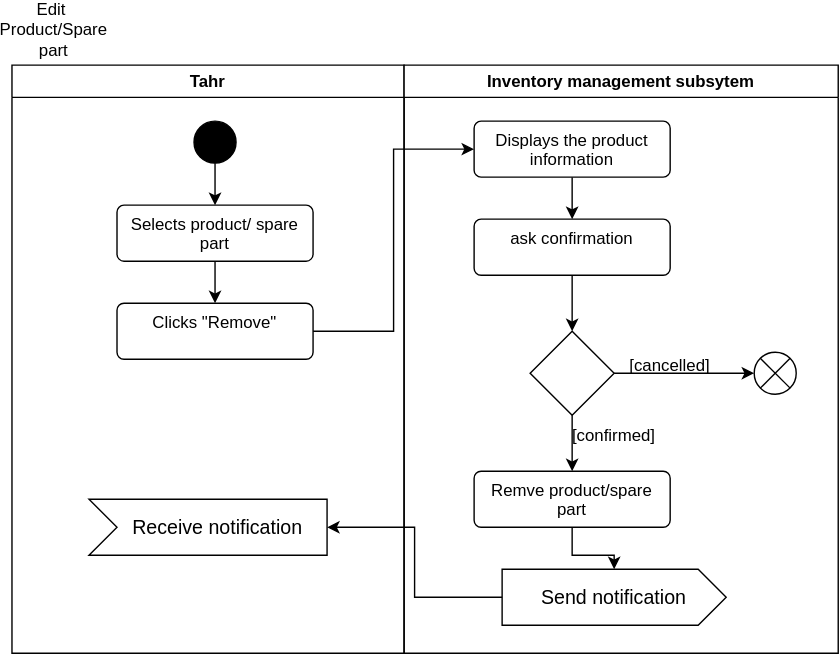
Earlier version of the draw.io export edit_prod_act.svg (Simamkele88/IFM3_GP). Source tidied: cells renumbered, new cells last; positions are measured from the earlier drawing's top-left corner, leaving out a move shared by most shapes. The source it was exported from:
```xml
<mxGraphModel>
  <root>
    <mxCell id="0" />
    <mxCell id="1" parent="0" />
    <mxCell id="2" value="Tahr" style="swimlane;whiteSpace=wrap;html=1;" parent="1" vertex="1">
      <mxGeometry y="40" width="280" height="420" as="geometry" />
    </mxCell>
    <mxCell id="3" style="edgeStyle=orthogonalEdgeStyle;rounded=0;jettySize=auto;html=1;entryX=0.5;entryY=0;entryDx=0;entryDy=0;" parent="2" edge="1" source="4" target="6">
      <mxGeometry relative="1" as="geometry" />
    </mxCell>
    <mxCell id="4" style="ellipse;fillColor=strokeColor;html=1;" parent="2" vertex="1">
      <mxGeometry x="130" y="40" width="30" height="30" as="geometry" />
    </mxCell>
    <mxCell id="5" style="edgeStyle=orthogonalEdgeStyle;rounded=0;jettySize=auto;html=1;" parent="2" edge="1" source="6" target="7">
      <mxGeometry relative="1" as="geometry" />
    </mxCell>
    <mxCell id="6" value="Selects product/ spare part" style="html=1;align=center;verticalAlign=top;rounded=1;absoluteArcSize=1;arcSize=10;dashed=0;whiteSpace=wrap;" parent="2" vertex="1">
      <mxGeometry x="75" y="100" width="140" height="40" as="geometry" />
    </mxCell>
    <mxCell id="7" value="Clicks &quot;Remove&quot;&lt;span style=&quot;color: rgba(0, 0, 0, 0); font-family: monospace; font-size: 0px; text-align: start; text-wrap-mode: nowrap;&quot;&gt;%3CmxGraphModel%3E%3Croot%3E%3CmxCell%20id%3D%220%22%2F%3E%3CmxCell%20id%3D%221%22%20parent%3D%220%22%2F%3E%3CmxCell%20id%3D%222%22%20value%3D%22Selects%20product%2F%20spare%20part%22%20style%3D%22html%3D1%3Balign%3Dcenter%3BverticalAlign%3Dtop%3Brounded%3D1%3BabsoluteArcSize%3D1%3BarcSize%3D10%3Bdashed%3D0%3BwhiteSpace%3Dwrap%3B%22%20vertex%3D%221%22%20parent%3D%221%22%3E%3CmxGeometry%20x%3D%22185%22%20y%3D%22270%22%20width%3D%22140%22%20height%3D%2240%22%20as%3D%22geometry%22%2F%3E%3C%2FmxCell%3E%3C%2Froot%3E%3C%2FmxGraphModel%3E&lt;/span&gt;" style="html=1;align=center;verticalAlign=top;rounded=1;absoluteArcSize=1;arcSize=10;dashed=0;whiteSpace=wrap;" parent="2" vertex="1">
      <mxGeometry x="75" y="170" width="140" height="40" as="geometry" />
    </mxCell>
    <mxCell id="8" value="Receive notification" style="html=1;shape=mxgraph.infographic.ribbonSimple;notch1=20;notch2=0;align=center;verticalAlign=middle;fontSize=14;fontStyle=0;fillColor=#FFFFFF;flipH=0;spacingRight=0;spacingLeft=14;whiteSpace=wrap;" parent="2" vertex="1">
      <mxGeometry x="55" y="310" width="170" height="40" as="geometry" />
    </mxCell>
    <mxCell id="9" value="Inventory management subsytem" style="swimlane;whiteSpace=wrap;html=1;" parent="1" vertex="1">
      <mxGeometry x="280" y="40" width="310" height="420" as="geometry" />
    </mxCell>
    <mxCell id="10" style="edgeStyle=orthogonalEdgeStyle;rounded=0;jettySize=auto;html=1;entryX=0.5;entryY=0;entryDx=0;entryDy=0;" parent="9" edge="1" source="11" target="13">
      <mxGeometry relative="1" as="geometry" />
    </mxCell>
    <mxCell id="11" value="Displays the product information" style="html=1;align=center;verticalAlign=top;rounded=1;absoluteArcSize=1;arcSize=10;dashed=0;whiteSpace=wrap;" parent="9" vertex="1">
      <mxGeometry x="50" y="40" width="140" height="40" as="geometry" />
    </mxCell>
    <mxCell id="12" style="edgeStyle=orthogonalEdgeStyle;rounded=0;jettySize=auto;html=1;" parent="9" edge="1" source="13" target="16">
      <mxGeometry relative="1" as="geometry" />
    </mxCell>
    <mxCell id="13" value="ask confirmation" style="html=1;align=center;verticalAlign=top;rounded=1;absoluteArcSize=1;arcSize=10;dashed=0;whiteSpace=wrap;" parent="9" vertex="1">
      <mxGeometry x="50" y="110" width="140" height="40" as="geometry" />
    </mxCell>
    <mxCell id="14" style="edgeStyle=orthogonalEdgeStyle;rounded=0;jettySize=auto;html=1;" parent="9" edge="1" source="16" target="17">
      <mxGeometry relative="1" as="geometry" />
    </mxCell>
    <mxCell id="15" style="edgeStyle=orthogonalEdgeStyle;rounded=0;jettySize=auto;html=1;" parent="9" edge="1" source="16" target="20">
      <mxGeometry relative="1" as="geometry" />
    </mxCell>
    <mxCell id="16" style="rhombus;whiteSpace=wrap;html=1;" parent="9" vertex="1">
      <mxGeometry x="90" y="190" width="60" height="60" as="geometry" />
    </mxCell>
    <mxCell id="17" style="shape=sumEllipse;perimeter=ellipsePerimeter;html=1;backgroundOutline=1;" parent="9" vertex="1">
      <mxGeometry x="250" y="205" width="30" height="30" as="geometry" />
    </mxCell>
    <mxCell id="18" value="[cancelled]" style="text;html=1;align=center;verticalAlign=middle;whiteSpace=wrap;rounded=0;" parent="9" vertex="1">
      <mxGeometry x="160" y="200" width="60" height="30" as="geometry" />
    </mxCell>
    <mxCell id="19" style="edgeStyle=orthogonalEdgeStyle;rounded=0;jettySize=auto;html=1;" parent="9" edge="1" source="20" target="22">
      <mxGeometry relative="1" as="geometry" />
    </mxCell>
    <mxCell id="20" value="Remve product/spare part" style="html=1;align=center;verticalAlign=top;rounded=1;absoluteArcSize=1;arcSize=10;dashed=0;whiteSpace=wrap;" parent="9" vertex="1">
      <mxGeometry x="50" y="290" width="140" height="40" as="geometry" />
    </mxCell>
    <mxCell id="21" value="[confirmed]" style="text;html=1;align=center;verticalAlign=middle;whiteSpace=wrap;rounded=0;" parent="9" vertex="1">
      <mxGeometry x="120" y="250" width="60" height="30" as="geometry" />
    </mxCell>
    <mxCell id="22" value="Send notification" style="html=1;shape=mxgraph.infographic.ribbonSimple;notch1=0;notch2=20;align=center;verticalAlign=middle;fontSize=14;fontStyle=0;fillColor=#FFFFFF;whiteSpace=wrap;" parent="9" vertex="1">
      <mxGeometry x="70" y="360" width="160" height="40" as="geometry" />
    </mxCell>
    <mxCell id="23" value="Edit&amp;nbsp; Product/Spare part" style="text;html=1;align=center;verticalAlign=middle;whiteSpace=wrap;rounded=0;" parent="1" vertex="1">
      <mxGeometry width="60" height="30" as="geometry" />
    </mxCell>
    <mxCell id="24" style="edgeStyle=orthogonalEdgeStyle;rounded=0;jettySize=auto;html=1;entryX=0;entryY=0.5;entryDx=0;entryDy=0;" parent="1" edge="1" source="7" target="11">
      <mxGeometry relative="1" as="geometry" />
    </mxCell>
    <mxCell id="25" style="edgeStyle=orthogonalEdgeStyle;rounded=0;jettySize=auto;html=1;entryX=1;entryY=0.5;entryDx=0;entryDy=0;entryPerimeter=0;" parent="1" edge="1" source="22" target="8">
      <mxGeometry relative="1" as="geometry" />
    </mxCell>
  </root>
</mxGraphModel>
```
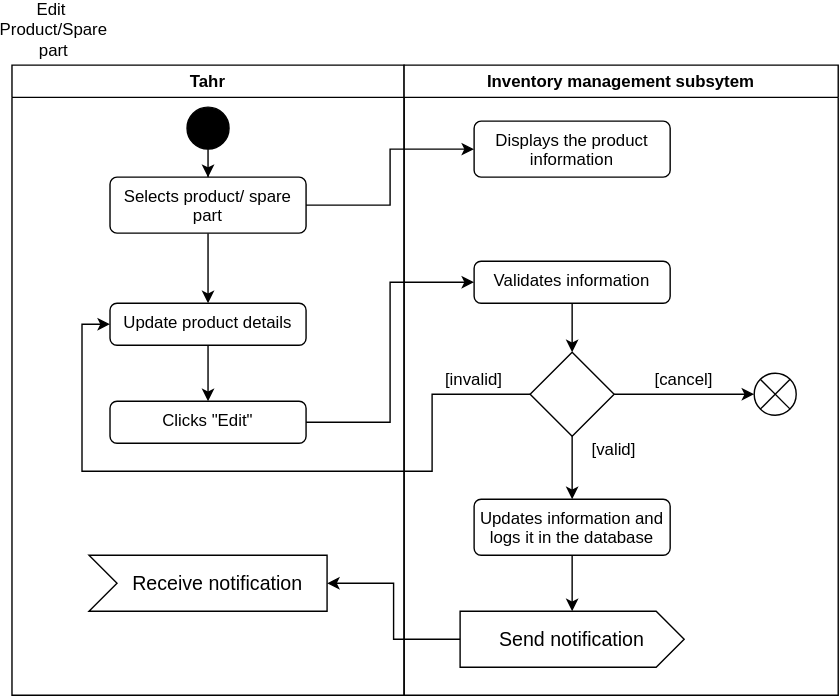
The same diagram one commit later.

What changed in the source:
```diff
@@ -2,77 +2,96 @@
   <root>
     <mxCell id="0" />
     <mxCell id="1" parent="0" />
+    <mxCell id="23" value="Edit&amp;nbsp; Product/Spare part" style="text;html=1;align=center;verticalAlign=middle;whiteSpace=wrap;rounded=0;" parent="1" vertex="1">
+      <mxGeometry width="60" height="30" as="geometry" />
+    </mxCell>
     <mxCell id="2" value="Tahr" style="swimlane;whiteSpace=wrap;html=1;" parent="1" vertex="1">
-      <mxGeometry y="40" width="280" height="420" as="geometry" />
+      <mxGeometry y="40" width="280" height="450" as="geometry" />
     </mxCell>
-    <mxCell id="3" style="edgeStyle=orthogonalEdgeStyle;rounded=0;jettySize=auto;html=1;entryX=0.5;entryY=0;entryDx=0;entryDy=0;" parent="2" edge="1" source="4" target="6">
-      <mxGeometry relative="1" as="geometry" />
-    </mxCell>
-    <mxCell id="4" style="ellipse;fillColor=strokeColor;html=1;" parent="2" vertex="1">
-      <mxGeometry x="130" y="40" width="30" height="30" as="geometry" />
-    </mxCell>
-    <mxCell id="5" style="edgeStyle=orthogonalEdgeStyle;rounded=0;jettySize=auto;html=1;" parent="2" edge="1" source="6" target="7">
-      <mxGeometry relative="1" as="geometry" />
-    </mxCell>
+    <mxCell id="26" style="edgeStyle=orthogonalEdgeStyle;rounded=0;jettySize=auto;html=1;entryX=0.5;entryY=0;entryDx=0;entryDy=0;" parent="2" edge="1" source="27" target="6">
+      <mxGeometry relative="1" as="geometry" />
+    </mxCell>
+    <mxCell id="27" style="ellipse;fillColor=strokeColor;html=1;" parent="2" vertex="1">
+      <mxGeometry x="125" y="30" width="30" height="30" as="geometry" />
+    </mxCell>
+    <mxCell id="28" style="edgeStyle=orthogonalEdgeStyle;rounded=0;jettySize=auto;html=1;entryX=0.5;entryY=0;entryDx=0;entryDy=0;" parent="2" edge="1" source="6" target="31">
+      <mxGeometry relative="1" as="geometry" />
+    </mxCell>
     <mxCell id="6" value="Selects product/ spare part" style="html=1;align=center;verticalAlign=top;rounded=1;absoluteArcSize=1;arcSize=10;dashed=0;whiteSpace=wrap;" parent="2" vertex="1">
-      <mxGeometry x="75" y="100" width="140" height="40" as="geometry" />
+      <mxGeometry x="70" y="80" width="140" height="40" as="geometry" />
     </mxCell>
-    <mxCell id="7" value="Clicks &quot;Remove&quot;&lt;span style=&quot;color: rgba(0, 0, 0, 0); font-family: monospace; font-size: 0px; text-align: start; text-wrap-mode: nowrap;&quot;&gt;%3CmxGraphModel%3E%3Croot%3E%3CmxCell%20id%3D%220%22%2F%3E%3CmxCell%20id%3D%221%22%20parent%3D%220%22%2F%3E%3CmxCell%20id%3D%222%22%20value%3D%22Selects%20product%2F%20spare%20part%22%20style%3D%22html%3D1%3Balign%3Dcenter%3BverticalAlign%3Dtop%3Brounded%3D1%3BabsoluteArcSize%3D1%3BarcSize%3D10%3Bdashed%3D0%3BwhiteSpace%3Dwrap%3B%22%20vertex%3D%221%22%20parent%3D%221%22%3E%3CmxGeometry%20x%3D%22185%22%20y%3D%22270%22%20width%3D%22140%22%20height%3D%2240%22%20as%3D%22geometry%22%2F%3E%3C%2FmxCell%3E%3C%2Froot%3E%3C%2FmxGraphModel%3E&lt;/span&gt;" style="html=1;align=center;verticalAlign=top;rounded=1;absoluteArcSize=1;arcSize=10;dashed=0;whiteSpace=wrap;" parent="2" vertex="1">
-      <mxGeometry x="75" y="170" width="140" height="40" as="geometry" />
-    </mxCell>
+    <mxCell id="29" value="Clicks &quot;Edit&quot;&lt;span style=&quot;color: rgba(0, 0, 0, 0); font-family: monospace; font-size: 0px; text-align: start; text-wrap-mode: nowrap;&quot;&gt;%3CmxGraphModel%3E%3Croot%3E%3CmxCell%20id%3D%220%22%2F%3E%3CmxCell%20id%3D%221%22%20parent%3D%220%22%2F%3E%3CmxCell%20id%3D%222%22%20value%3D%22Selects%20product%2F%20spare%20part%22%20style%3D%22html%3D1%3Balign%3Dcenter%3BverticalAlign%3Dtop%3Brounded%3D1%3BabsoluteArcSize%3D1%3BarcSize%3D10%3Bdashed%3D0%3BwhiteSpace%3Dwrap%3B%22%20vertex%3D%221%22%20parent%3D%221%22%3E%3CmxGeometry%20x%3D%22185%22%20y%3D%22270%22%20width%3D%22140%22%20height%3D%2240%22%20as%3D%22geometry%22%2F%3E%3C%2FmxCell%3E%3C%2Froot%3E%3C%2FmxGraphModel%3E&lt;/span&gt;" style="html=1;align=center;verticalAlign=top;rounded=1;absoluteArcSize=1;arcSize=10;dashed=0;whiteSpace=wrap;" parent="2" vertex="1">
+      <mxGeometry x="70" y="240" width="140" height="30" as="geometry" />
+    </mxCell>
     <mxCell id="8" value="Receive notification" style="html=1;shape=mxgraph.infographic.ribbonSimple;notch1=20;notch2=0;align=center;verticalAlign=middle;fontSize=14;fontStyle=0;fillColor=#FFFFFF;flipH=0;spacingRight=0;spacingLeft=14;whiteSpace=wrap;" parent="2" vertex="1">
-      <mxGeometry x="55" y="310" width="170" height="40" as="geometry" />
+      <mxGeometry x="55" y="350" width="170" height="40" as="geometry" />
     </mxCell>
+    <mxCell id="30" style="edgeStyle=orthogonalEdgeStyle;rounded=0;jettySize=auto;html=1;" parent="2" edge="1" source="31" target="29">
+      <mxGeometry relative="1" as="geometry" />
+    </mxCell>
+    <mxCell id="31" value="Update product details" style="html=1;align=center;verticalAlign=top;rounded=1;absoluteArcSize=1;arcSize=10;dashed=0;whiteSpace=wrap;" parent="2" vertex="1">
+      <mxGeometry x="70" y="170" width="140" height="30" as="geometry" />
+    </mxCell>
     <mxCell id="9" value="Inventory management subsytem" style="swimlane;whiteSpace=wrap;html=1;" parent="1" vertex="1">
-      <mxGeometry x="280" y="40" width="310" height="420" as="geometry" />
+      <mxGeometry x="280" y="40" width="310" height="450" as="geometry" />
     </mxCell>
-    <mxCell id="10" style="edgeStyle=orthogonalEdgeStyle;rounded=0;jettySize=auto;html=1;entryX=0.5;entryY=0;entryDx=0;entryDy=0;" parent="9" edge="1" source="11" target="13">
-      <mxGeometry relative="1" as="geometry" />
-    </mxCell>
     <mxCell id="11" value="Displays the product information" style="html=1;align=center;verticalAlign=top;rounded=1;absoluteArcSize=1;arcSize=10;dashed=0;whiteSpace=wrap;" parent="9" vertex="1">
       <mxGeometry x="50" y="40" width="140" height="40" as="geometry" />
     </mxCell>
-    <mxCell id="12" style="edgeStyle=orthogonalEdgeStyle;rounded=0;jettySize=auto;html=1;" parent="9" edge="1" source="13" target="16">
-      <mxGeometry relative="1" as="geometry" />
-    </mxCell>
-    <mxCell id="13" value="ask confirmation" style="html=1;align=center;verticalAlign=top;rounded=1;absoluteArcSize=1;arcSize=10;dashed=0;whiteSpace=wrap;" parent="9" vertex="1">
-      <mxGeometry x="50" y="110" width="140" height="40" as="geometry" />
-    </mxCell>
-    <mxCell id="14" style="edgeStyle=orthogonalEdgeStyle;rounded=0;jettySize=auto;html=1;" parent="9" edge="1" source="16" target="17">
-      <mxGeometry relative="1" as="geometry" />
-    </mxCell>
-    <mxCell id="15" style="edgeStyle=orthogonalEdgeStyle;rounded=0;jettySize=auto;html=1;" parent="9" edge="1" source="16" target="20">
-      <mxGeometry relative="1" as="geometry" />
-    </mxCell>
-    <mxCell id="16" style="rhombus;whiteSpace=wrap;html=1;" parent="9" vertex="1">
-      <mxGeometry x="90" y="190" width="60" height="60" as="geometry" />
-    </mxCell>
-    <mxCell id="17" style="shape=sumEllipse;perimeter=ellipsePerimeter;html=1;backgroundOutline=1;" parent="9" vertex="1">
-      <mxGeometry x="250" y="205" width="30" height="30" as="geometry" />
-    </mxCell>
-    <mxCell id="18" value="[cancelled]" style="text;html=1;align=center;verticalAlign=middle;whiteSpace=wrap;rounded=0;" parent="9" vertex="1">
-      <mxGeometry x="160" y="200" width="60" height="30" as="geometry" />
-    </mxCell>
-    <mxCell id="19" style="edgeStyle=orthogonalEdgeStyle;rounded=0;jettySize=auto;html=1;" parent="9" edge="1" source="20" target="22">
-      <mxGeometry relative="1" as="geometry" />
-    </mxCell>
-    <mxCell id="20" value="Remve product/spare part" style="html=1;align=center;verticalAlign=top;rounded=1;absoluteArcSize=1;arcSize=10;dashed=0;whiteSpace=wrap;" parent="9" vertex="1">
-      <mxGeometry x="50" y="290" width="140" height="40" as="geometry" />
-    </mxCell>
-    <mxCell id="21" value="[confirmed]" style="text;html=1;align=center;verticalAlign=middle;whiteSpace=wrap;rounded=0;" parent="9" vertex="1">
-      <mxGeometry x="120" y="250" width="60" height="30" as="geometry" />
-    </mxCell>
+    <mxCell id="32" style="edgeStyle=orthogonalEdgeStyle;rounded=0;jettySize=auto;html=1;" parent="9" edge="1" source="33" target="36">
+      <mxGeometry relative="1" as="geometry" />
+    </mxCell>
+    <mxCell id="33" value="Validates information" style="html=1;align=center;verticalAlign=top;rounded=1;absoluteArcSize=1;arcSize=10;dashed=0;whiteSpace=wrap;" parent="9" vertex="1">
+      <mxGeometry x="50" y="140" width="140" height="30" as="geometry" />
+    </mxCell>
+    <mxCell id="34" style="edgeStyle=orthogonalEdgeStyle;rounded=0;jettySize=auto;html=1;" parent="9" edge="1" source="36" target="38">
+      <mxGeometry relative="1" as="geometry" />
+    </mxCell>
+    <mxCell id="35" style="edgeStyle=orthogonalEdgeStyle;rounded=0;jettySize=auto;html=1;" parent="9" edge="1" source="36" target="40">
+      <mxGeometry relative="1" as="geometry" />
+    </mxCell>
+    <mxCell id="36" style="rhombus;whiteSpace=wrap;html=1;" parent="9" vertex="1">
+      <mxGeometry x="90" y="205" width="60" height="60" as="geometry" />
+    </mxCell>
+    <mxCell id="37" style="edgeStyle=orthogonalEdgeStyle;rounded=0;jettySize=auto;html=1;" parent="9" edge="1" source="38" target="22">
+      <mxGeometry relative="1" as="geometry" />
+    </mxCell>
+    <mxCell id="38" value="Updates information and logs it in the database" style="html=1;align=center;verticalAlign=top;rounded=1;absoluteArcSize=1;arcSize=10;dashed=0;whiteSpace=wrap;" parent="9" vertex="1">
+      <mxGeometry x="50" y="310" width="140" height="40" as="geometry" />
+    </mxCell>
+    <mxCell id="39" value="[valid]" style="text;html=1;align=center;verticalAlign=middle;whiteSpace=wrap;rounded=0;" parent="9" vertex="1">
+      <mxGeometry x="120" y="260" width="60" height="30" as="geometry" />
+    </mxCell>
     <mxCell id="22" value="Send notification" style="html=1;shape=mxgraph.infographic.ribbonSimple;notch1=0;notch2=20;align=center;verticalAlign=middle;fontSize=14;fontStyle=0;fillColor=#FFFFFF;whiteSpace=wrap;" parent="9" vertex="1">
-      <mxGeometry x="70" y="360" width="160" height="40" as="geometry" />
+      <mxGeometry x="40" y="390" width="160" height="40" as="geometry" />
     </mxCell>
-    <mxCell id="23" value="Edit&amp;nbsp; Product/Spare part" style="text;html=1;align=center;verticalAlign=middle;whiteSpace=wrap;rounded=0;" parent="1" vertex="1">
-      <mxGeometry width="60" height="30" as="geometry" />
-    </mxCell>
-    <mxCell id="24" style="edgeStyle=orthogonalEdgeStyle;rounded=0;jettySize=auto;html=1;entryX=0;entryY=0.5;entryDx=0;entryDy=0;" parent="1" edge="1" source="7" target="11">
-      <mxGeometry relative="1" as="geometry" />
-    </mxCell>
+    <mxCell id="40" style="shape=sumEllipse;perimeter=ellipsePerimeter;html=1;backgroundOutline=1;" parent="9" vertex="1">
+      <mxGeometry x="250" y="220" width="30" height="30" as="geometry" />
+    </mxCell>
+    <mxCell id="41" value="[cancel]" style="text;html=1;align=center;verticalAlign=middle;whiteSpace=wrap;rounded=0;" parent="9" vertex="1">
+      <mxGeometry x="170" y="210" width="60" height="30" as="geometry" />
+    </mxCell>
+    <mxCell id="42" value="[invalid]" style="text;html=1;align=center;verticalAlign=middle;whiteSpace=wrap;rounded=0;" parent="9" vertex="1">
+      <mxGeometry x="20" y="210" width="60" height="30" as="geometry" />
+    </mxCell>
     <mxCell id="25" style="edgeStyle=orthogonalEdgeStyle;rounded=0;jettySize=auto;html=1;entryX=1;entryY=0.5;entryDx=0;entryDy=0;entryPerimeter=0;" parent="1" edge="1" source="22" target="8">
       <mxGeometry relative="1" as="geometry" />
     </mxCell>
+    <mxCell id="43" style="edgeStyle=orthogonalEdgeStyle;rounded=0;jettySize=auto;html=1;entryX=0;entryY=0.5;entryDx=0;entryDy=0;" parent="1" edge="1" source="6" target="11">
+      <mxGeometry relative="1" as="geometry" />
+    </mxCell>
+    <mxCell id="44" style="edgeStyle=orthogonalEdgeStyle;rounded=0;jettySize=auto;html=1;entryX=0;entryY=0.5;entryDx=0;entryDy=0;" parent="1" edge="1" source="29" target="33">
+      <mxGeometry relative="1" as="geometry" />
+    </mxCell>
+    <mxCell id="45" style="edgeStyle=orthogonalEdgeStyle;rounded=0;jettySize=auto;html=1;entryX=0;entryY=0.5;entryDx=0;entryDy=0;" parent="1" edge="1" source="36" target="31">
+      <mxGeometry relative="1" as="geometry">
+        <Array as="points">
+          <mxPoint x="300" y="275" />
+          <mxPoint x="300" y="330" />
+          <mxPoint x="50" y="330" />
+          <mxPoint x="50" y="225" />
+        </Array>
+      </mxGeometry>
+    </mxCell>
   </root>
 </mxGraphModel>
```
